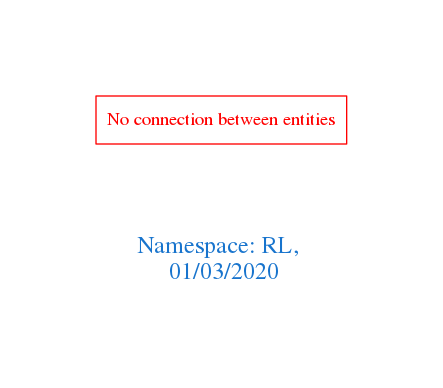
arago/OGIT keeps this Graphviz diagram as downloads/RL.png. Above is the earlier version. Its source is kept beside it as downloads/RL.dot.
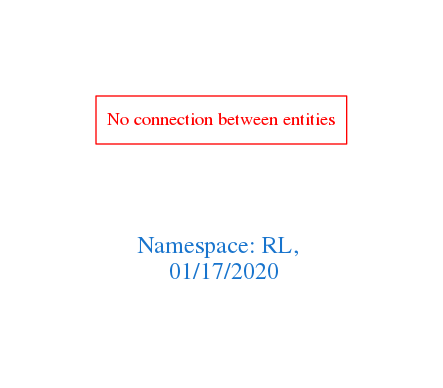
The same diagram one commit later.

The edit, as a diff of the source:
```diff
@@ -1,7 +1,7 @@
 digraph OGIT_ontology {
  graph [ rankdir= LR,pad=1
 fontsize = 18,
-fontcolor= dodgerblue3,label = "\n\n\nNamespace: RL, \n 01/03/2020"];
+fontcolor= dodgerblue3,label = "\n\n\nNamespace: RL, \n 01/17/2020"];
 node[shape=polygon];
 edge [  color="gray81"];
 
```
